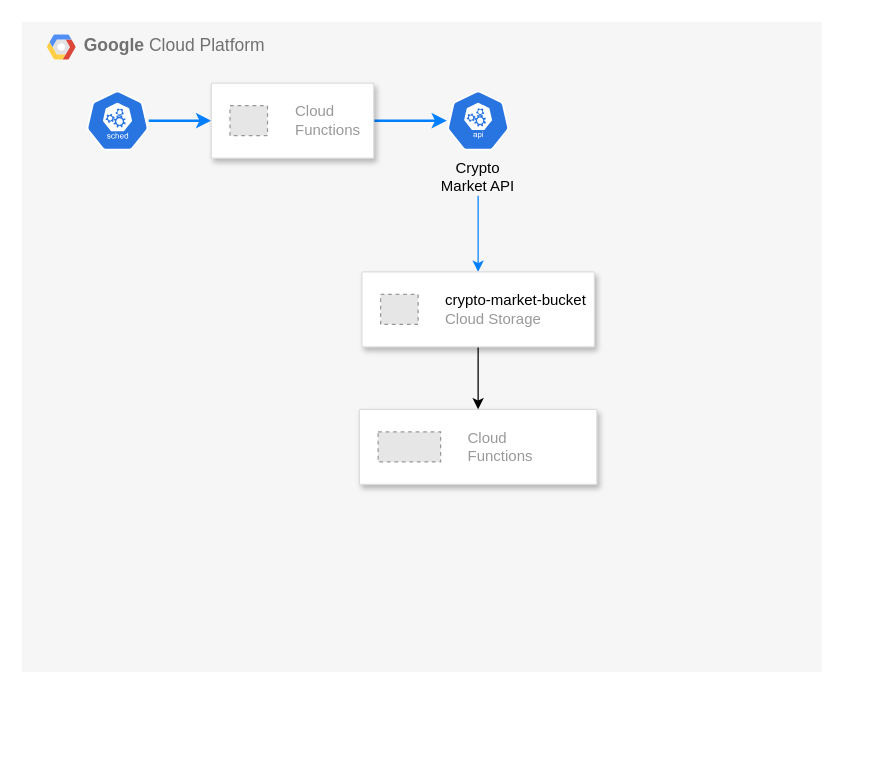
Earlier version of the draw.io diagram Untitled Diagram.drawio (emiliodallas/CryptoLake). Source tidied: cells renumbered, new cells numbered last; positions are measured from the earlier drawing's top-left corner, leaving out a move shared by most shapes. Both pictures are drawn from the tidied source at 125%, with x=0, y=0 at pixel (21, 21). Pictures stored in the file or linked from it are replaced by grey dashed boxes.
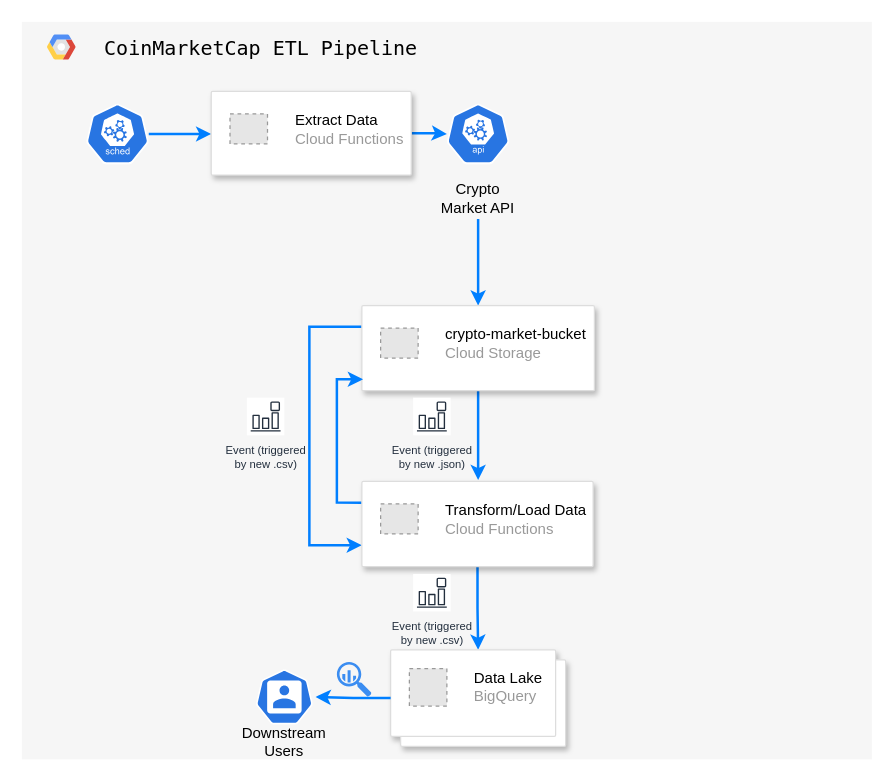
Above is the later version.

The edit, as a diff of the source:
```diff
@@
-    <mxCell id="2" value="&lt;b&gt;Google &lt;/b&gt;Cloud Platform" style="fillColor=#F6F6F6;strokeColor=none;shadow=0;gradientColor=none;fontSize=14;align=left;spacing=10;fontColor=#717171;9E9E9E;verticalAlign=top;spacingTop=-4;fontStyle=0;spacingLeft=40;html=1;" parent="1" vertex="1">
-      <mxGeometry width="640" height="520" as="geometry" />
+    <mxCell id="2" style="fillColor=#F6F6F6;strokeColor=none;shadow=0;gradientColor=none;fontSize=14;align=left;spacing=10;fontColor=#717171;9E9E9E;verticalAlign=top;spacingTop=-4;fontStyle=0;spacingLeft=40;html=1;" parent="1" vertex="1">
+      <mxGeometry width="680" height="590" as="geometry" />
     </mxCell>
@@
-    <mxCell id="4" style="strokeColor=#dddddd;shadow=1;strokeWidth=1;rounded=1;absoluteArcSize=1;arcSize=2;" parent="2" vertex="1">
-      <mxGeometry x="270" y="310" width="190" height="60" as="geometry" />
-    </mxCell>
-    <mxCell id="5" value="Cloud&#10;Functions" style="fillColor=#E6E6E6;strokeColor=#999999;dashed=1;html=1;fontColor=#999999;verticalLabelPosition=middle;labelBackgroundColor=#ffffff;verticalAlign=middle;labelPosition=right;align=left;spacingLeft=20;" parent="4" vertex="1">
-      <mxGeometry width="50" height="24" relative="1" as="geometry">
-        <mxPoint x="15" y="18" as="offset" />
-      </mxGeometry>
-    </mxCell>
     <mxCell id="6" style="sketch=0;html=1;dashed=0;whitespace=wrap;fillColor=#2875E2;strokeColor=#ffffff;points=[[0.005,0.63,0],[0.1,0.2,0],[0.9,0.2,0],[0.5,0,0],[0.995,0.63,0],[0.72,0.99,0],[0.5,1,0],[0.28,0.99,0]];verticalLabelPosition=bottom;align=center;verticalAlign=top;shape=mxgraph.kubernetes.icon;prIcon=api;" parent="2" vertex="1">
-      <mxGeometry x="340" y="55" width="50" height="48" as="geometry" />
+      <mxGeometry x="340" y="62.4" width="50" height="54.5" as="geometry" />
     </mxCell>
-    <mxCell id="7" style="edgeStyle=orthogonalEdgeStyle;rounded=0;jettySize=auto;html=1;strokeColor=#007FFF;" parent="2" edge="1" source="8" target="15">
+    <mxCell id="7" style="edgeStyle=orthogonalEdgeStyle;rounded=0;jettySize=auto;html=1;strokeColor=#007FFF;strokeWidth=2;" parent="2" edge="1" source="8" target="15">
       <mxGeometry relative="1" as="geometry" />
     </mxCell>
     <mxCell id="8" value="Crypto Market API" style="text;html=1;strokeColor=none;fillColor=none;align=center;verticalAlign=middle;whiteSpace=wrap;rounded=0;" parent="2" vertex="1">
-      <mxGeometry x="330" y="109" width="70" height="30" as="geometry" />
+      <mxGeometry x="330" y="123.7" width="70" height="34" as="geometry" />
     </mxCell>
-    <mxCell id="9" style="edgeStyle=orthogonalEdgeStyle;rounded=0;jettySize=auto;html=1;entryX=0;entryY=0.5;entryDx=0;entryDy=0;fontColor=#0066CC;labelBorderColor=#007FFF;fillColor=#dae8fc;strokeColor=#007FFF;strokeWidth=2;" parent="2" edge="1" source="10" target="12">
-      <mxGeometry relative="1" as="geometry" />
+    <mxCell id="9" style="edgeStyle=orthogonalEdgeStyle;rounded=0;jettySize=auto;html=1;entryX=0;entryY=0.5;entryDx=0;entryDy=0;fontColor=#0066CC;labelBorderColor=#007FFF;fillColor=#dae8fc;strokeColor=#007FFF;strokeWidth=2;" parent="2" edge="1" source="10">
+      <mxGeometry relative="1" as="geometry">
+        <mxPoint x="151.5" y="89.6" as="targetPoint" />
+      </mxGeometry>
     </mxCell>
     <mxCell id="10" style="sketch=0;html=1;dashed=0;whitespace=wrap;fillColor=#2875E2;strokeColor=#ffffff;points=[[0.005,0.63,0],[0.1,0.2,0],[0.9,0.2,0],[0.5,0,0],[0.995,0.63,0],[0.72,0.99,0],[0.5,1,0],[0.28,0.99,0]];verticalLabelPosition=bottom;align=center;verticalAlign=top;shape=mxgraph.kubernetes.icon;prIcon=sched;" parent="2" vertex="1">
-      <mxGeometry x="51.5" y="55" width="50" height="48" as="geometry" />
+      <mxGeometry x="51.5" y="62.4" width="50" height="54.5" as="geometry" />
     </mxCell>
-    <mxCell id="11" style="edgeStyle=orthogonalEdgeStyle;rounded=0;jettySize=auto;html=1;strokeColor=#007FFF;strokeWidth=2;" parent="2" edge="1" source="12" target="6">
+    <mxCell id="11" style="edgeStyle=orthogonalEdgeStyle;rounded=0;jettySize=auto;html=1;strokeColor=#007FFF;strokeWidth=2;exitX=1;exitY=0.5;exitDx=0;exitDy=0;" parent="2" edge="1" source="24" target="6">
       <mxGeometry relative="1" as="geometry" />
     </mxCell>
-    <mxCell id="12" style="strokeColor=#dddddd;shadow=1;strokeWidth=1;rounded=1;absoluteArcSize=1;arcSize=2;" parent="2" vertex="1">
-      <mxGeometry x="151.5" y="49" width="130" height="60" as="geometry" />
-    </mxCell>
-    <mxCell id="13" value="Cloud&#10;Functions" style="fillColor=#E6E6E6;strokeColor=#999999;dashed=1;html=1;fontColor=#999999;verticalLabelPosition=middle;labelBackgroundColor=#ffffff;verticalAlign=middle;labelPosition=right;align=left;spacingLeft=20;" parent="12" vertex="1">
-      <mxGeometry width="30" height="24" relative="1" as="geometry">
-        <mxPoint x="15" y="18" as="offset" />
-      </mxGeometry>
-    </mxCell>
-    <mxCell id="14" style="edgeStyle=orthogonalEdgeStyle;rounded=0;jettySize=auto;html=1;entryX=0.5;entryY=0;entryDx=0;entryDy=0;" parent="2" edge="1" source="15" target="4">
-      <mxGeometry relative="1" as="geometry" />
+    <mxCell id="14" style="edgeStyle=orthogonalEdgeStyle;rounded=0;jettySize=auto;html=1;entryX=0.5;entryY=0;entryDx=0;entryDy=0;strokeColor=#007FFF;strokeWidth=2;" parent="2" edge="1" source="15">
+      <mxGeometry relative="1" as="geometry">
+        <mxPoint x="365" y="366.5" as="targetPoint" />
+      </mxGeometry>
     </mxCell>
+    <mxCell id="17" style="edgeStyle=orthogonalEdgeStyle;rounded=0;jettySize=auto;html=1;entryX=0;entryY=0.75;entryDx=0;entryDy=0;exitX=0;exitY=0.25;exitDx=0;exitDy=0;strokeWidth=2;strokeColor=#007FFF;" parent="2" edge="1" source="15" target="22">
+      <mxGeometry relative="1" as="geometry">
+        <Array as="points">
+          <mxPoint x="230" y="244" />
+          <mxPoint x="230" y="418" />
+          <mxPoint x="272" y="418" />
+        </Array>
+      </mxGeometry>
+    </mxCell>
     <mxCell id="15" style="strokeColor=#dddddd;shadow=1;strokeWidth=1;rounded=1;absoluteArcSize=1;arcSize=2;" parent="2" vertex="1">
-      <mxGeometry x="272" y="200" width="186" height="60" as="geometry" />
+      <mxGeometry x="272" y="226.9" width="186" height="68.1" as="geometry" />
     </mxCell>
@@
+    <mxCell id="18" value="Event (triggered&lt;br&gt;by new .json)" style="sketch=0;fontColor=#232F3E;gradientColor=none;strokeColor=#232F3E;fillColor=#ffffff;dashed=0;verticalLabelPosition=bottom;verticalAlign=top;align=center;html=1;fontSize=9;fontStyle=0;shape=mxgraph.aws4.resourceIcon;resIcon=mxgraph.aws4.event_event_based;" parent="2" vertex="1">
+      <mxGeometry x="313" y="300.7" width="30" height="30" as="geometry" />
+    </mxCell>
+    <mxCell id="19" style="edgeStyle=orthogonalEdgeStyle;rounded=0;jettySize=auto;html=1;entryX=0.005;entryY=0.867;entryDx=0;entryDy=0;exitX=0;exitY=0.25;exitDx=0;exitDy=0;entryPerimeter=0;strokeColor=#007FFF;strokeWidth=2;" parent="2" edge="1" source="22" target="15">
+      <mxGeometry relative="1" as="geometry" />
+    </mxCell>
+    <mxCell id="20" value="Event (triggered&lt;br&gt;by new .csv)" style="sketch=0;fontColor=#232F3E;gradientColor=none;strokeColor=#232F3E;fillColor=#ffffff;dashed=0;verticalLabelPosition=bottom;verticalAlign=top;align=center;html=1;fontSize=9;fontStyle=0;shape=mxgraph.aws4.resourceIcon;resIcon=mxgraph.aws4.event_event_based;" parent="2" vertex="1">
+      <mxGeometry x="180" y="300.7" width="30" height="30" as="geometry" />
+    </mxCell>
+    <mxCell id="21" style="edgeStyle=orthogonalEdgeStyle;rounded=0;jettySize=auto;html=1;entryX=0.5;entryY=0;entryDx=0;entryDy=0;strokeWidth=2;strokeColor=#007FFF;" parent="2" edge="1" source="22" target="26">
+      <mxGeometry relative="1" as="geometry" />
+    </mxCell>
+    <mxCell id="22" style="strokeColor=#dddddd;shadow=1;strokeWidth=1;rounded=1;absoluteArcSize=1;arcSize=2;" parent="2" vertex="1">
+      <mxGeometry x="272" y="367.6" width="185" height="68.1" as="geometry" />
+    </mxCell>
+    <mxCell id="23" value="&lt;font color=&quot;#000000&quot;&gt;Transform/Load Data&lt;br&gt;&lt;/font&gt;Cloud Functions" style="fillColor=#E6E6E6;strokeColor=#999999;dashed=1;html=1;fontColor=#999999;verticalLabelPosition=middle;labelBackgroundColor=#ffffff;verticalAlign=middle;labelPosition=right;align=left;spacingLeft=20;" parent="22" vertex="1">
+      <mxGeometry width="30" height="24" relative="1" as="geometry">
+        <mxPoint x="15" y="18" as="offset" />
+      </mxGeometry>
+    </mxCell>
+    <mxCell id="24" style="strokeColor=#dddddd;shadow=1;strokeWidth=1;rounded=1;absoluteArcSize=1;arcSize=2;" parent="2" vertex="1">
+      <mxGeometry x="151.5" y="55.6" width="160" height="66.9" as="geometry" />
+    </mxCell>
+    <mxCell id="25" value="&lt;font color=&quot;#000000&quot;&gt;Extract Data&lt;br&gt;&lt;/font&gt;Cloud Functions" style="fillColor=#E6E6E6;strokeColor=#999999;dashed=1;html=1;fontColor=#999999;verticalLabelPosition=middle;labelBackgroundColor=#ffffff;verticalAlign=middle;labelPosition=right;align=left;spacingLeft=20;" parent="24" vertex="1">
+      <mxGeometry width="30" height="24" relative="1" as="geometry">
+        <mxPoint x="15" y="18" as="offset" />
+      </mxGeometry>
+    </mxCell>
+    <mxCell id="26" style="shape=mxgraph.gcp2.doubleRect;strokeColor=#dddddd;shadow=1;strokeWidth=1;rounded=1;absoluteArcSize=1;arcSize=2;" parent="2" vertex="1">
+      <mxGeometry x="295" y="502.3" width="140" height="77.2" as="geometry" />
+    </mxCell>
+    <mxCell id="27" value="&lt;font color=&quot;#000000&quot;&gt;Data Lake&lt;br&gt;&lt;/font&gt;BigQuery" style="fillColor=#E6E6E6;strokeColor=#999999;dashed=1;html=1;fontColor=#999999;verticalLabelPosition=middle;labelBackgroundColor=#ffffff;verticalAlign=middle;labelPosition=right;align=left;spacingLeft=20;" parent="26" vertex="1">
+      <mxGeometry width="30" height="30" relative="1" as="geometry">
+        <mxPoint x="15" y="15" as="offset" />
+      </mxGeometry>
+    </mxCell>
+    <mxCell id="28" value="Event (triggered&lt;br&gt;by new .csv)" style="sketch=0;fontColor=#232F3E;gradientColor=none;strokeColor=#232F3E;fillColor=#ffffff;dashed=0;verticalLabelPosition=bottom;verticalAlign=top;align=center;html=1;fontSize=9;fontStyle=0;shape=mxgraph.aws4.resourceIcon;resIcon=mxgraph.aws4.event_event_based;" parent="2" vertex="1">
+      <mxGeometry x="313" y="441.7" width="30" height="30" as="geometry" />
+    </mxCell>
+    <mxCell id="29" value="&lt;font face=&quot;Lucida Console&quot; style=&quot;font-size: 16px;&quot;&gt;CoinMarketCap ETL Pipeline&lt;/font&gt;" style="text;html=1;strokeColor=none;fillColor=none;align=center;verticalAlign=middle;whiteSpace=wrap;rounded=0;" parent="2" vertex="1">
+      <mxGeometry x="51.5" y="6" width="278.5" height="30" as="geometry" />
+    </mxCell>
+    <mxCell id="30" style="sketch=0;html=1;dashed=0;whitespace=wrap;fillColor=#2875E2;strokeColor=#ffffff;points=[[0.005,0.63,0],[0.1,0.2,0],[0.9,0.2,0],[0.5,0,0],[0.995,0.63,0],[0.72,0.99,0],[0.5,1,0],[0.28,0.99,0]];verticalLabelPosition=bottom;align=center;verticalAlign=top;shape=mxgraph.kubernetes.icon;prIcon=user;" parent="2" vertex="1">
+      <mxGeometry x="185" y="518" width="50" height="44" as="geometry" />
+    </mxCell>
+    <mxCell id="31" value="Downstream&lt;br&gt;Users" style="text;html=1;strokeColor=none;fillColor=none;align=center;verticalAlign=middle;whiteSpace=wrap;rounded=0;" parent="2" vertex="1">
+      <mxGeometry x="180" y="561" width="60" height="30" as="geometry" />
+    </mxCell>
+    <mxCell id="32" style="edgeStyle=orthogonalEdgeStyle;rounded=0;jettySize=auto;html=1;strokeWidth=2;strokeColor=#007FFF;" parent="2" edge="1" source="26" target="30">
+      <mxGeometry relative="1" as="geometry" />
+    </mxCell>
+    <mxCell id="33" style="sketch=0;html=1;strokeColor=none;shadow=0;fillColor=#3B8DF1;verticalAlign=top;labelPosition=center;verticalLabelPosition=bottom;shape=mxgraph.gcp2.big_query;" parent="2" vertex="1">
+      <mxGeometry x="252" y="512" width="27.7" height="28" as="geometry" />
+    </mxCell>
```
